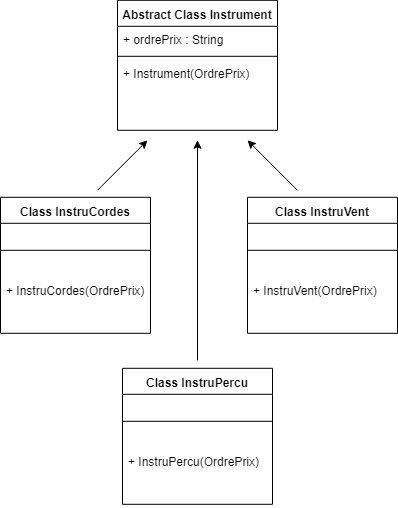
Earlier version of the draw.io export bin/com/inti/design/pattern/structure/bridge/Diagramme SANS Bridge.png (FormationLille/Design-Pattern-Par-Exemples). Source tidied: cells renumbered, new cells last; positions are measured from the earlier drawing's top-left corner, leaving out a move shared by most shapes. The source it was exported from:
```xml
<mxGraphModel>
  <root>
    <mxCell id="0" />
    <mxCell id="1" parent="0" />
    <mxCell id="2" value="Abstract Class Instrument" style="swimlane;fontStyle=1;align=center;verticalAlign=top;horizontal=1;startSize=26;" parent="1" vertex="1">
      <mxGeometry x="117" width="160" height="130" as="geometry" />
    </mxCell>
    <mxCell id="3" value="+ ordrePrix : String" style="text;strokeColor=none;fillColor=none;align=left;verticalAlign=top;spacingLeft=4;spacingRight=4;overflow=hidden;" parent="2" vertex="1">
      <mxGeometry y="26" width="160" height="26" as="geometry" />
    </mxCell>
    <mxCell id="4" style="line;strokeWidth=1;fillColor=none;align=left;verticalAlign=middle;spacingTop=-1;spacingLeft=3;spacingRight=3;labelPosition=right;" parent="2" vertex="1">
      <mxGeometry y="52" width="160" height="8" as="geometry" />
    </mxCell>
    <mxCell id="5" value="+ Instrument(OrdrePrix)&#10;&#10;" style="text;strokeColor=none;fillColor=none;align=left;verticalAlign=top;spacingLeft=4;spacingRight=4;overflow=hidden;" parent="2" vertex="1">
      <mxGeometry y="60" width="160" height="70" as="geometry" />
    </mxCell>
    <mxCell id="6" value="Class InstruCordes" style="swimlane;fontStyle=1;align=center;verticalAlign=top;horizontal=1;startSize=26;" parent="1" vertex="1">
      <mxGeometry y="197" width="150" height="136" as="geometry" />
    </mxCell>
    <mxCell id="7" style="line;strokeWidth=1;fillColor=none;align=left;verticalAlign=middle;spacingTop=-1;spacingLeft=3;spacingRight=3;labelPosition=right;" parent="6" vertex="1">
      <mxGeometry y="26" width="150" height="54" as="geometry" />
    </mxCell>
    <mxCell id="8" value="+ InstruCordes(OrdrePrix)" style="text;strokeColor=none;fillColor=none;align=left;verticalAlign=top;spacingLeft=4;spacingRight=4;overflow=hidden;" parent="6" vertex="1">
      <mxGeometry y="80" width="150" height="56" as="geometry" />
    </mxCell>
    <mxCell id="9" value="Class InstruVent" style="swimlane;fontStyle=1;align=center;verticalAlign=top;horizontal=1;startSize=26;" parent="1" vertex="1">
      <mxGeometry x="247" y="197" width="150" height="136" as="geometry" />
    </mxCell>
    <mxCell id="10" style="line;strokeWidth=1;fillColor=none;align=left;verticalAlign=middle;spacingTop=-1;spacingLeft=3;spacingRight=3;labelPosition=right;" parent="9" vertex="1">
      <mxGeometry y="26" width="150" height="54" as="geometry" />
    </mxCell>
    <mxCell id="11" value="+ InstruVent(OrdrePrix)" style="text;strokeColor=none;fillColor=none;align=left;verticalAlign=top;spacingLeft=4;spacingRight=4;overflow=hidden;" parent="9" vertex="1">
      <mxGeometry y="80" width="150" height="56" as="geometry" />
    </mxCell>
    <mxCell id="12" value="Class InstruPercu" style="swimlane;fontStyle=1;align=center;verticalAlign=top;horizontal=1;startSize=26;" parent="1" vertex="1">
      <mxGeometry x="122" y="368" width="150" height="136" as="geometry" />
    </mxCell>
    <mxCell id="13" style="line;strokeWidth=1;fillColor=none;align=left;verticalAlign=middle;spacingTop=-1;spacingLeft=3;spacingRight=3;labelPosition=right;" parent="12" vertex="1">
      <mxGeometry y="26" width="150" height="54" as="geometry" />
    </mxCell>
    <mxCell id="14" value="+ InstruPercu(OrdrePrix)" style="text;strokeColor=none;fillColor=none;align=left;verticalAlign=top;spacingLeft=4;spacingRight=4;overflow=hidden;" parent="12" vertex="1">
      <mxGeometry y="80" width="150" height="56" as="geometry" />
    </mxCell>
    <mxCell id="15" style="endArrow=classic;html=1;" parent="1" edge="1">
      <mxGeometry relative="1" as="geometry">
        <mxPoint x="97" y="190" as="sourcePoint" />
        <mxPoint x="147" y="140" as="targetPoint" />
      </mxGeometry>
    </mxCell>
    <mxCell id="16" style="endArrow=classic;html=1;" parent="1" edge="1">
      <mxGeometry relative="1" as="geometry">
        <mxPoint x="297" y="190" as="sourcePoint" />
        <mxPoint x="247" y="140" as="targetPoint" />
      </mxGeometry>
    </mxCell>
    <mxCell id="17" style="endArrow=classic;html=1;" parent="1" edge="1">
      <mxGeometry relative="1" as="geometry">
        <mxPoint x="197" y="360" as="sourcePoint" />
        <mxPoint x="197" y="140" as="targetPoint" />
      </mxGeometry>
    </mxCell>
  </root>
</mxGraphModel>
```
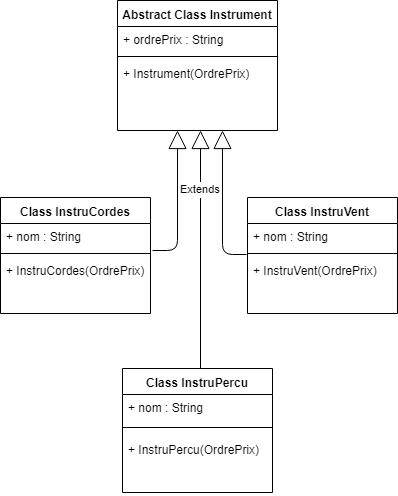
After the commit.

What changed in the source:
```diff
@@ -15,49 +15,63 @@
       <mxGeometry y="60" width="160" height="70" as="geometry" />
     </mxCell>
     <mxCell id="6" value="Class InstruCordes" style="swimlane;fontStyle=1;align=center;verticalAlign=top;horizontal=1;startSize=26;" parent="1" vertex="1">
-      <mxGeometry y="197" width="150" height="136" as="geometry" />
+      <mxGeometry y="197" width="150" height="116" as="geometry" />
     </mxCell>
-    <mxCell id="7" style="line;strokeWidth=1;fillColor=none;align=left;verticalAlign=middle;spacingTop=-1;spacingLeft=3;spacingRight=3;labelPosition=right;" parent="6" vertex="1">
-      <mxGeometry y="26" width="150" height="54" as="geometry" />
-    </mxCell>
+    <mxCell id="18" value="+ nom : String" style="text;strokeColor=none;fillColor=none;align=left;verticalAlign=top;spacingLeft=4;spacingRight=4;overflow=hidden;" parent="6" vertex="1">
+      <mxGeometry y="26" width="150" height="26" as="geometry" />
+    </mxCell>
+    <mxCell id="19" style="line;strokeWidth=1;fillColor=none;align=left;verticalAlign=middle;spacingTop=-1;spacingLeft=3;spacingRight=3;labelPosition=right;" parent="6" vertex="1">
+      <mxGeometry y="52" width="150" height="8" as="geometry" />
+    </mxCell>
     <mxCell id="8" value="+ InstruCordes(OrdrePrix)" style="text;strokeColor=none;fillColor=none;align=left;verticalAlign=top;spacingLeft=4;spacingRight=4;overflow=hidden;" parent="6" vertex="1">
-      <mxGeometry y="80" width="150" height="56" as="geometry" />
+      <mxGeometry y="60" width="150" height="56" as="geometry" />
     </mxCell>
     <mxCell id="9" value="Class InstruVent" style="swimlane;fontStyle=1;align=center;verticalAlign=top;horizontal=1;startSize=26;" parent="1" vertex="1">
-      <mxGeometry x="247" y="197" width="150" height="136" as="geometry" />
+      <mxGeometry x="247" y="197" width="150" height="116" as="geometry" />
     </mxCell>
-    <mxCell id="10" style="line;strokeWidth=1;fillColor=none;align=left;verticalAlign=middle;spacingTop=-1;spacingLeft=3;spacingRight=3;labelPosition=right;" parent="9" vertex="1">
-      <mxGeometry y="26" width="150" height="54" as="geometry" />
-    </mxCell>
+    <mxCell id="20" value="+ nom : String" style="text;strokeColor=none;fillColor=none;align=left;verticalAlign=top;spacingLeft=4;spacingRight=4;overflow=hidden;" parent="9" vertex="1">
+      <mxGeometry y="26" width="150" height="26" as="geometry" />
+    </mxCell>
+    <mxCell id="21" style="line;strokeWidth=1;fillColor=none;align=left;verticalAlign=middle;spacingTop=-1;spacingLeft=3;spacingRight=3;labelPosition=right;points=[];portConstraint=eastwest;" parent="9" vertex="1">
+      <mxGeometry y="52" width="150" height="8" as="geometry" />
+    </mxCell>
     <mxCell id="11" value="+ InstruVent(OrdrePrix)" style="text;strokeColor=none;fillColor=none;align=left;verticalAlign=top;spacingLeft=4;spacingRight=4;overflow=hidden;" parent="9" vertex="1">
-      <mxGeometry y="80" width="150" height="56" as="geometry" />
+      <mxGeometry y="60" width="150" height="56" as="geometry" />
     </mxCell>
     <mxCell id="12" value="Class InstruPercu" style="swimlane;fontStyle=1;align=center;verticalAlign=top;horizontal=1;startSize=26;" parent="1" vertex="1">
-      <mxGeometry x="122" y="368" width="150" height="136" as="geometry" />
+      <mxGeometry x="122" y="368" width="150" height="124" as="geometry" />
     </mxCell>
-    <mxCell id="13" style="line;strokeWidth=1;fillColor=none;align=left;verticalAlign=middle;spacingTop=-1;spacingLeft=3;spacingRight=3;labelPosition=right;" parent="12" vertex="1">
-      <mxGeometry y="26" width="150" height="54" as="geometry" />
-    </mxCell>
+    <mxCell id="22" value="+ nom : String" style="text;strokeColor=none;fillColor=none;align=left;verticalAlign=top;spacingLeft=4;spacingRight=4;overflow=hidden;" parent="12" vertex="1">
+      <mxGeometry y="26" width="150" height="24" as="geometry" />
+    </mxCell>
+    <mxCell id="23" style="line;strokeWidth=1;fillColor=none;align=left;verticalAlign=middle;spacingTop=-1;spacingLeft=3;spacingRight=3;labelPosition=right;" parent="12" vertex="1">
+      <mxGeometry y="50" width="150" height="18" as="geometry" />
+    </mxCell>
     <mxCell id="14" value="+ InstruPercu(OrdrePrix)" style="text;strokeColor=none;fillColor=none;align=left;verticalAlign=top;spacingLeft=4;spacingRight=4;overflow=hidden;" parent="12" vertex="1">
-      <mxGeometry y="80" width="150" height="56" as="geometry" />
+      <mxGeometry y="68" width="150" height="56" as="geometry" />
     </mxCell>
-    <mxCell id="15" style="endArrow=classic;html=1;" parent="1" edge="1">
-      <mxGeometry relative="1" as="geometry">
-        <mxPoint x="97" y="190" as="sourcePoint" />
-        <mxPoint x="147" y="140" as="targetPoint" />
-      </mxGeometry>
-    </mxCell>
-    <mxCell id="16" style="endArrow=classic;html=1;" parent="1" edge="1">
-      <mxGeometry relative="1" as="geometry">
-        <mxPoint x="297" y="190" as="sourcePoint" />
-        <mxPoint x="247" y="140" as="targetPoint" />
-      </mxGeometry>
-    </mxCell>
-    <mxCell id="17" style="endArrow=classic;html=1;" parent="1" edge="1">
-      <mxGeometry relative="1" as="geometry">
-        <mxPoint x="197" y="360" as="sourcePoint" />
-        <mxPoint x="197" y="140" as="targetPoint" />
-      </mxGeometry>
-    </mxCell>
+    <mxCell id="24" value="Extends" style="endArrow=block;endSize=16;endFill=0;html=1;" parent="1" edge="1">
+      <mxGeometry x="0.5" relative="1" as="geometry">
+        <mxPoint x="200" y="368" as="sourcePoint" />
+        <mxPoint x="200" y="130" as="targetPoint" />
+      </mxGeometry>
+    </mxCell>
+    <mxCell id="25" value="Extends" style="endArrow=block;endSize=16;endFill=0;html=1;" parent="1" edge="1">
+      <mxGeometry x="0.22" y="-23" relative="1" as="geometry">
+        <mxPoint x="152" y="250" as="sourcePoint" />
+        <mxPoint x="177" y="130" as="targetPoint" />
+        <Array as="points">
+          <mxPoint x="177" y="250" />
+        </Array>
+      </mxGeometry>
+    </mxCell>
+    <mxCell id="26" value="Extends" style="endArrow=block;endSize=16;endFill=0;html=1;exitX=-0.007;exitY=0.67;exitDx=0;exitDy=0;exitPerimeter=0;" parent="1" edge="1" source="21">
+      <mxGeometry x="0.22" y="22" relative="1" as="geometry">
+        <mxPoint x="222" y="130" as="targetPoint" />
+        <Array as="points">
+          <mxPoint x="222" y="254" />
+        </Array>
+      </mxGeometry>
+    </mxCell>
   </root>
 </mxGraphModel>
```
